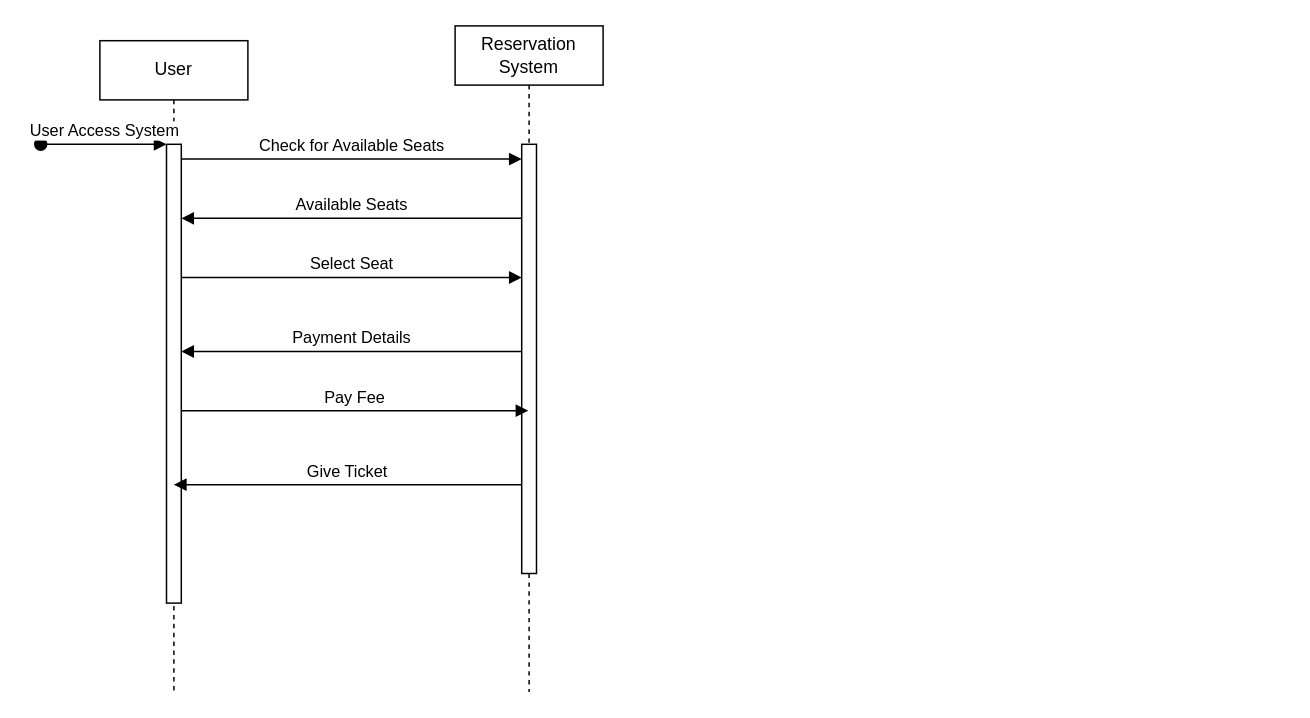
Above: Lab-4.drawio in AhmedButtar7/testrepo (draw.io), before the change. Source tidied: cells renumbered, new cells numbered last; positions are measured from the earlier drawing's top-left corner, leaving out a move shared by most shapes. Both pictures are drawn from the tidied source at 148%, with x=0, y=0 at pixel (40, 25).
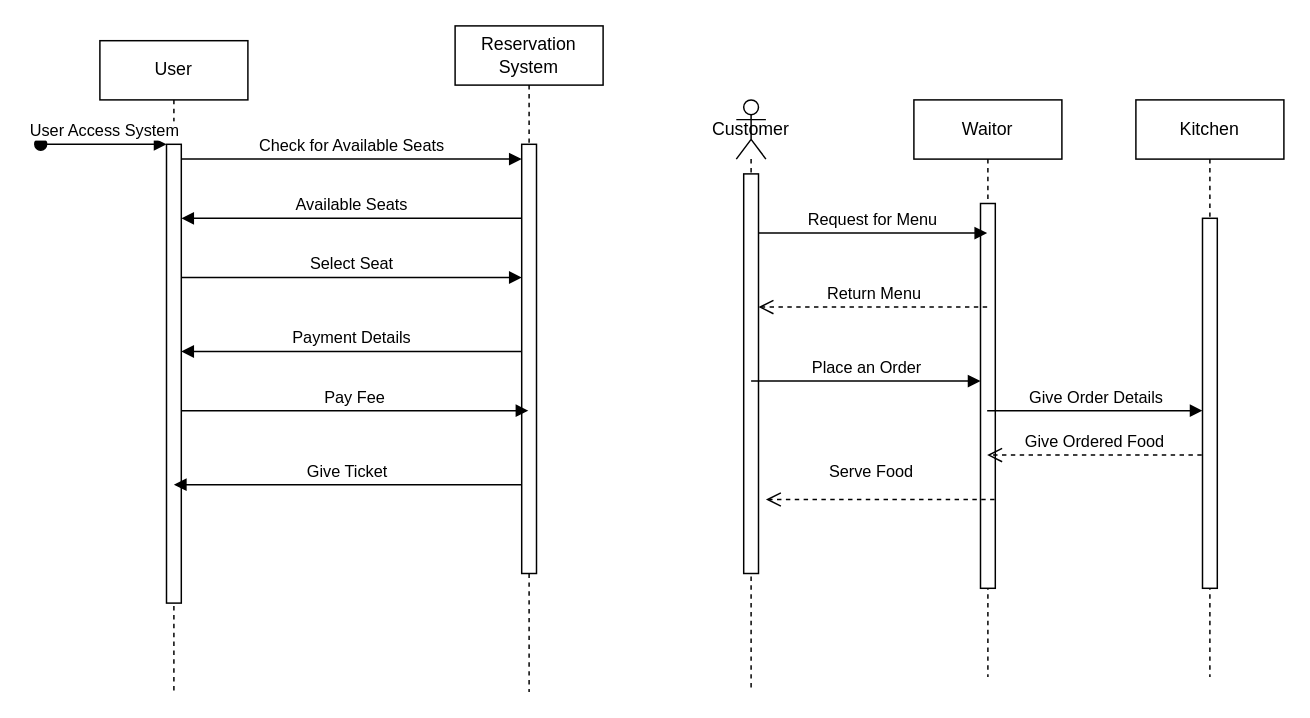
The same page after the edit.

Change to the diagram source:
```diff
@@
+    <mxCell id="13" value="Waitor" style="shape=umlLifeline;perimeter=lifelinePerimeter;whiteSpace=wrap;html=1;outlineConnect=0;portConstraint=eastwest;newEdgeStyle={&quot;curved&quot;:0,&quot;rounded&quot;:0};" parent="1" vertex="1">
+      <mxGeometry x="590" y="50" width="100" height="390" as="geometry" />
+    </mxCell>
+    <mxCell id="14" style="html=1;points=[[0,0,0,0,5],[0,1,0,0,-5],[1,0,0,0,5],[1,1,0,0,-5]];perimeter=orthogonalPerimeter;outlineConnect=0;targetShapes=umlLifeline;portConstraint=eastwest;newEdgeStyle={&quot;curved&quot;:0,&quot;rounded&quot;:0};" parent="13" vertex="1">
+      <mxGeometry x="45" y="70" width="10" height="260" as="geometry" />
+    </mxCell>
+    <mxCell id="15" value="Kitchen" style="shape=umlLifeline;perimeter=lifelinePerimeter;whiteSpace=wrap;html=1;newEdgeStyle={&quot;curved&quot;:0,&quot;rounded&quot;:0};" parent="1" vertex="1">
+      <mxGeometry x="740" y="50" width="100" height="390" as="geometry" />
+    </mxCell>
+    <mxCell id="16" style="html=1;points=[[0,0,0,0,5],[0,1,0,0,-5],[1,0,0,0,5],[1,1,0,0,-5]];perimeter=orthogonalPerimeter;outlineConnect=0;targetShapes=umlLifeline;portConstraint=eastwest;newEdgeStyle={&quot;curved&quot;:0,&quot;rounded&quot;:0};" parent="15" vertex="1">
+      <mxGeometry x="45" y="80" width="10" height="250" as="geometry" />
+    </mxCell>
+    <mxCell id="17" value="Customer" style="shape=umlLifeline;perimeter=lifelinePerimeter;whiteSpace=wrap;html=1;newEdgeStyle={&quot;curved&quot;:0,&quot;rounded&quot;:0};participant=umlActor;size=40;" parent="1" vertex="1">
+      <mxGeometry x="470" y="50" width="20" height="400" as="geometry" />
+    </mxCell>
+    <mxCell id="18" style="html=1;points=[[0,0,0,0,5],[0,1,0,0,-5],[1,0,0,0,5],[1,1,0,0,-5]];perimeter=orthogonalPerimeter;outlineConnect=0;targetShapes=umlLifeline;portConstraint=eastwest;newEdgeStyle={&quot;curved&quot;:0,&quot;rounded&quot;:0};" parent="17" vertex="1">
+      <mxGeometry x="5" y="50" width="10" height="270" as="geometry" />
+    </mxCell>
+    <mxCell id="19" value="Request for Menu" style="html=1;verticalAlign=bottom;endArrow=block;curved=0;rounded=0;" parent="1" edge="1" source="18" target="13">
+      <mxGeometry relative="1" as="geometry">
+        <Array as="points">
+          <mxPoint x="550" y="140" />
+        </Array>
+      </mxGeometry>
+    </mxCell>
+    <mxCell id="20" value="Place an Order" style="html=1;verticalAlign=bottom;endArrow=block;curved=0;rounded=0;" parent="1" edge="1" target="14">
+      <mxGeometry relative="1" as="geometry">
+        <mxPoint x="480" y="240" as="sourcePoint" />
+        <Array as="points">
+          <mxPoint x="540" y="240" />
+        </Array>
+      </mxGeometry>
+    </mxCell>
+    <mxCell id="21" value="Return Menu" style="html=1;verticalAlign=bottom;endArrow=open;dashed=1;endSize=8;curved=0;rounded=0;" parent="1" edge="1">
+      <mxGeometry relative="1" as="geometry">
+        <mxPoint x="639.5" y="190" as="sourcePoint" />
+        <mxPoint x="485" y="190" as="targetPoint" />
+      </mxGeometry>
+    </mxCell>
+    <mxCell id="22" value="Give Order Details" style="html=1;verticalAlign=bottom;endArrow=block;curved=0;rounded=0;" parent="1" edge="1" source="13" target="16">
+      <mxGeometry relative="1" as="geometry">
+        <Array as="points">
+          <mxPoint x="710" y="260" />
+        </Array>
+      </mxGeometry>
+    </mxCell>
+    <mxCell id="23" value="Give Ordered Food" style="html=1;verticalAlign=bottom;endArrow=open;dashed=1;endSize=8;curved=0;rounded=0;" parent="1" edge="1" target="13">
+      <mxGeometry relative="1" as="geometry">
+        <mxPoint x="784.5" y="290" as="sourcePoint" />
+      </mxGeometry>
+    </mxCell>
+    <mxCell id="24" value="Serve Food" style="html=1;verticalAlign=bottom;endArrow=open;dashed=1;endSize=8;curved=0;rounded=0;" parent="1" edge="1">
+      <mxGeometry x="0.09" y="-10" relative="1" as="geometry">
+        <mxPoint x="644.5" y="320" as="sourcePoint" />
+        <mxPoint x="490" y="320" as="targetPoint" />
+      </mxGeometry>
+    </mxCell>
```
